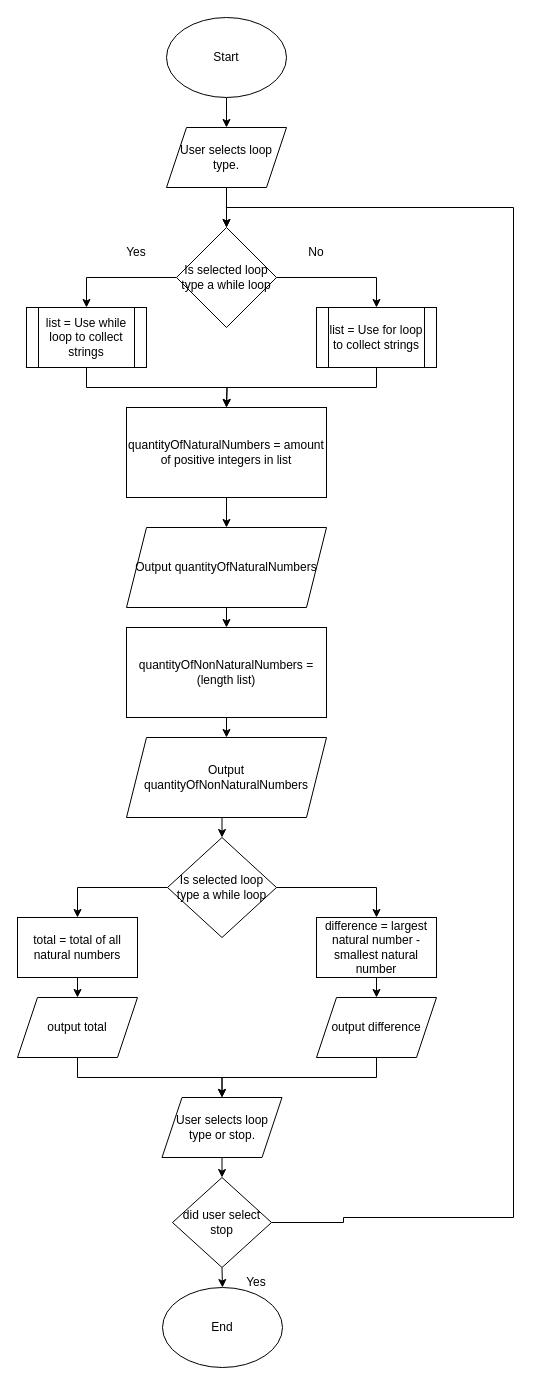
Before: Design/Flowcharts/high-level.drawio in calebwilson706/COM161-CW1, a draw.io diagram. Source tidied: cells renumbered, new cells numbered last; positions are measured from the earlier drawing's top-left corner, leaving out a move shared by most shapes. Both pictures are drawn from the tidied source at 100%, with x=0, y=0 at pixel (17, 17).
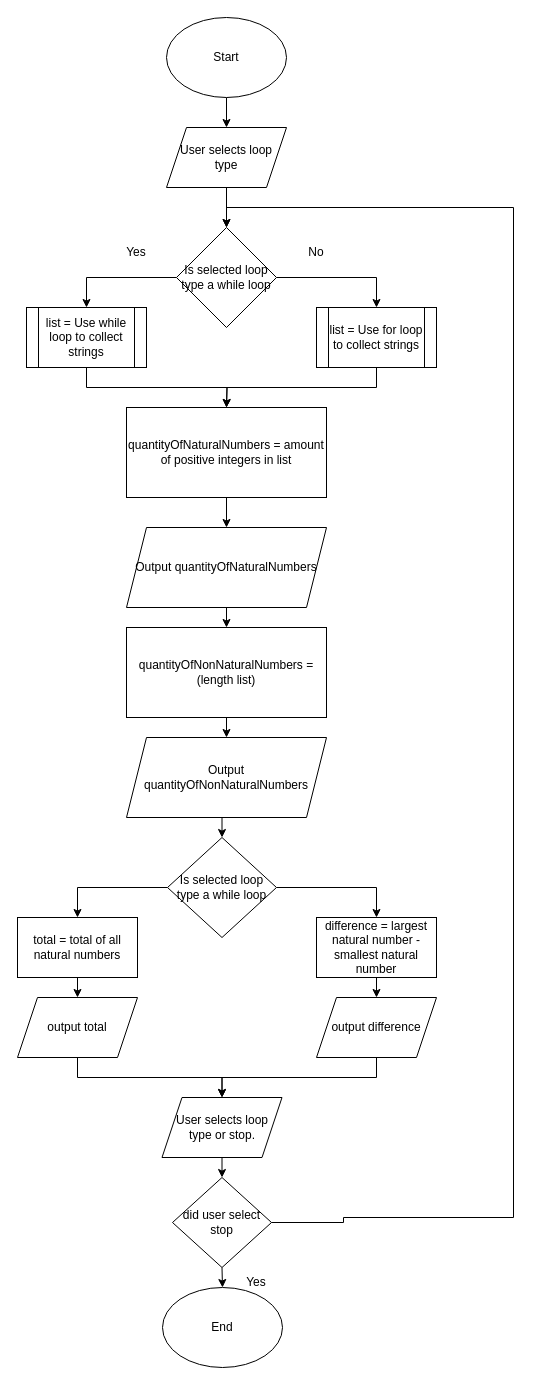
After the change.

Change to the diagram source:
```diff
@@
-    <mxCell id="5" value="User selects loop type." style="shape=parallelogram;perimeter=parallelogramPerimeter;whiteSpace=wrap;html=1;fixedSize=1;" parent="1" vertex="1">
+    <mxCell id="5" value="User selects loop type" style="shape=parallelogram;perimeter=parallelogramPerimeter;whiteSpace=wrap;html=1;fixedSize=1;" parent="1" vertex="1">
       <mxGeometry x="149" y="110" width="120" height="60" as="geometry" />
     </mxCell>
```
